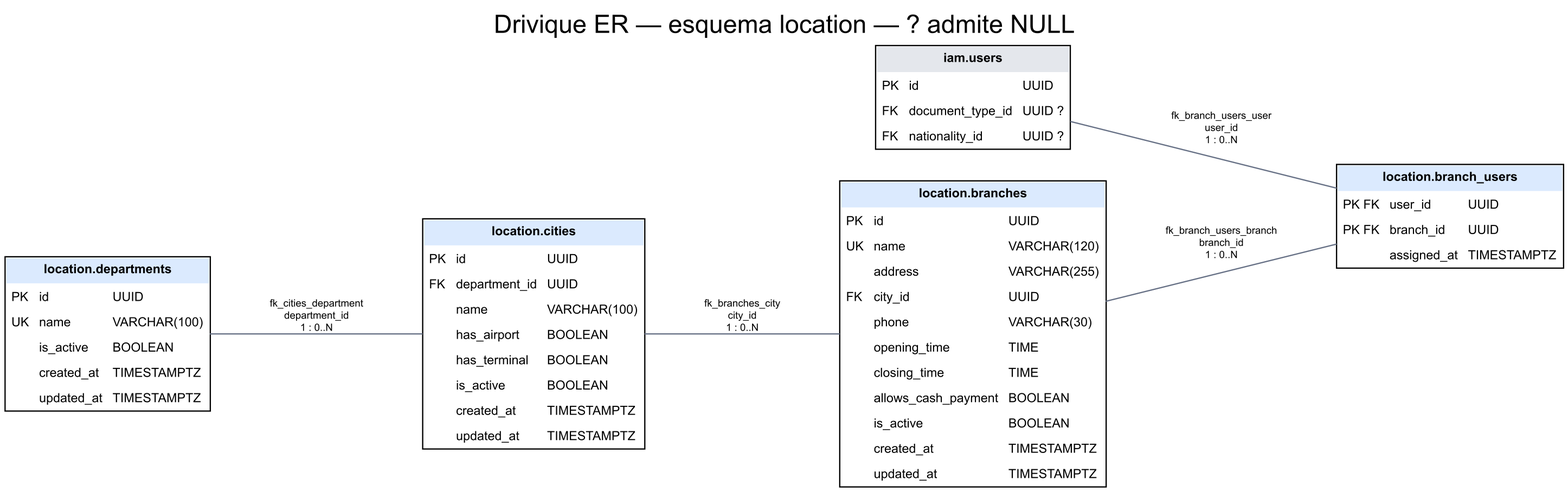
The Graphviz diagram docs/assets/diagrams/er-location.png in project-drivique/Documentation, before a commit. Its source is kept beside it as docs/assets/diagrams/er-location.dot. The source it was exported from:
```dot
digraph ER {
graph [rankdir=LR, bgcolor="white", nodesep="0.35", ranksep="1.3", splines=polyline, overlap=false, label="Drivique ER — esquema location — ? admite NULL", labelloc=t, fontsize=20, fontname="Arial"];
node [shape=plain,fontname="Arial"];
edge [fontname="Arial",fontsize=8,dir=none,color="#667085"];
"iam.users" [label=<<TABLE BORDER="1" CELLBORDER="0" CELLSPACING="0" CELLPADDING="4"><TR><TD COLSPAN="3" BGCOLOR="#e4e7ec"><B>iam.users</B></TD></TR><TR><TD ALIGN="LEFT">PK</TD><TD ALIGN="LEFT">id</TD><TD ALIGN="LEFT">UUID</TD></TR><TR><TD ALIGN="LEFT">FK</TD><TD ALIGN="LEFT">document_type_id</TD><TD ALIGN="LEFT">UUID ?</TD></TR><TR><TD ALIGN="LEFT">FK</TD><TD ALIGN="LEFT">nationality_id</TD><TD ALIGN="LEFT">UUID ?</TD></TR></TABLE>>,fontsize=10];
"location.branch_users" [label=<<TABLE BORDER="1" CELLBORDER="0" CELLSPACING="0" CELLPADDING="4"><TR><TD COLSPAN="3" BGCOLOR="#dbeafe"><B>location.branch_users</B></TD></TR><TR><TD ALIGN="LEFT">PK FK</TD><TD ALIGN="LEFT">user_id</TD><TD ALIGN="LEFT">UUID</TD></TR><TR><TD ALIGN="LEFT">PK FK</TD><TD ALIGN="LEFT">branch_id</TD><TD ALIGN="LEFT">UUID</TD></TR><TR><TD ALIGN="LEFT"></TD><TD ALIGN="LEFT">assigned_at</TD><TD ALIGN="LEFT">TIMESTAMPTZ</TD></TR></TABLE>>,fontsize=10];
"location.branches" [label=<<TABLE BORDER="1" CELLBORDER="0" CELLSPACING="0" CELLPADDING="4"><TR><TD COLSPAN="3" BGCOLOR="#dbeafe"><B>location.branches</B></TD></TR><TR><TD ALIGN="LEFT">PK</TD><TD ALIGN="LEFT">id</TD><TD ALIGN="LEFT">UUID</TD></TR><TR><TD ALIGN="LEFT">UK</TD><TD ALIGN="LEFT">name</TD><TD ALIGN="LEFT">VARCHAR(120)</TD></TR><TR><TD ALIGN="LEFT"></TD><TD ALIGN="LEFT">address</TD><TD ALIGN="LEFT">VARCHAR(255)</TD></TR><TR><TD ALIGN="LEFT">FK</TD><TD ALIGN="LEFT">city_id</TD><TD ALIGN="LEFT">UUID</TD></TR><TR><TD ALIGN="LEFT"></TD><TD ALIGN="LEFT">phone</TD><TD ALIGN="LEFT">VARCHAR(30)</TD></TR><TR><TD ALIGN="LEFT"></TD><TD ALIGN="LEFT">opening_time</TD><TD ALIGN="LEFT">TIME</TD></TR><TR><TD ALIGN="LEFT"></TD><TD ALIGN="LEFT">closing_time</TD><TD ALIGN="LEFT">TIME</TD></TR><TR><TD ALIGN="LEFT"></TD><TD ALIGN="LEFT">allows_cash_payment</TD><TD ALIGN="LEFT">BOOLEAN</TD></TR><TR><TD ALIGN="LEFT"></TD><TD ALIGN="LEFT">is_active</TD><TD ALIGN="LEFT">BOOLEAN</TD></TR><TR><TD ALIGN="LEFT"></TD><TD ALIGN="LEFT">created_at</TD><TD ALIGN="LEFT">TIMESTAMPTZ</TD></TR><TR><TD ALIGN="LEFT"></TD><TD ALIGN="LEFT">updated_at</TD><TD ALIGN="LEFT">TIMESTAMPTZ</TD></TR></TABLE>>,fontsize=10];
"location.cities" [label=<<TABLE BORDER="1" CELLBORDER="0" CELLSPACING="0" CELLPADDING="4"><TR><TD COLSPAN="3" BGCOLOR="#dbeafe"><B>location.cities</B></TD></TR><TR><TD ALIGN="LEFT">PK</TD><TD ALIGN="LEFT">id</TD><TD ALIGN="LEFT">UUID</TD></TR><TR><TD ALIGN="LEFT">FK</TD><TD ALIGN="LEFT">department_id</TD><TD ALIGN="LEFT">UUID</TD></TR><TR><TD ALIGN="LEFT"></TD><TD ALIGN="LEFT">name</TD><TD ALIGN="LEFT">VARCHAR(100)</TD></TR><TR><TD ALIGN="LEFT"></TD><TD ALIGN="LEFT">has_airport</TD><TD ALIGN="LEFT">BOOLEAN</TD></TR><TR><TD ALIGN="LEFT"></TD><TD ALIGN="LEFT">has_terminal</TD><TD ALIGN="LEFT">BOOLEAN</TD></TR><TR><TD ALIGN="LEFT"></TD><TD ALIGN="LEFT">is_active</TD><TD ALIGN="LEFT">BOOLEAN</TD></TR><TR><TD ALIGN="LEFT"></TD><TD ALIGN="LEFT">created_at</TD><TD ALIGN="LEFT">TIMESTAMPTZ</TD></TR><TR><TD ALIGN="LEFT"></TD><TD ALIGN="LEFT">updated_at</TD><TD ALIGN="LEFT">TIMESTAMPTZ</TD></TR></TABLE>>,fontsize=10];
"location.departments" [label=<<TABLE BORDER="1" CELLBORDER="0" CELLSPACING="0" CELLPADDING="4"><TR><TD COLSPAN="3" BGCOLOR="#dbeafe"><B>location.departments</B></TD></TR><TR><TD ALIGN="LEFT">PK</TD><TD ALIGN="LEFT">id</TD><TD ALIGN="LEFT">UUID</TD></TR><TR><TD ALIGN="LEFT">UK</TD><TD ALIGN="LEFT">name</TD><TD ALIGN="LEFT">VARCHAR(100)</TD></TR><TR><TD ALIGN="LEFT"></TD><TD ALIGN="LEFT">is_active</TD><TD ALIGN="LEFT">BOOLEAN</TD></TR><TR><TD ALIGN="LEFT"></TD><TD ALIGN="LEFT">created_at</TD><TD ALIGN="LEFT">TIMESTAMPTZ</TD></TR><TR><TD ALIGN="LEFT"></TD><TD ALIGN="LEFT">updated_at</TD><TD ALIGN="LEFT">TIMESTAMPTZ</TD></TR></TABLE>>,fontsize=10];
"iam.users" -> "location.branch_users" [label="fk_branch_users_user\nuser_id\n1 : 0..N"];
"location.branches" -> "location.branch_users" [label="fk_branch_users_branch\nbranch_id\n1 : 0..N"];
"location.cities" -> "location.branches" [label="fk_branches_city\ncity_id\n1 : 0..N"];
"location.departments" -> "location.cities" [label="fk_cities_department\ndepartment_id\n1 : 0..N"];
}
```
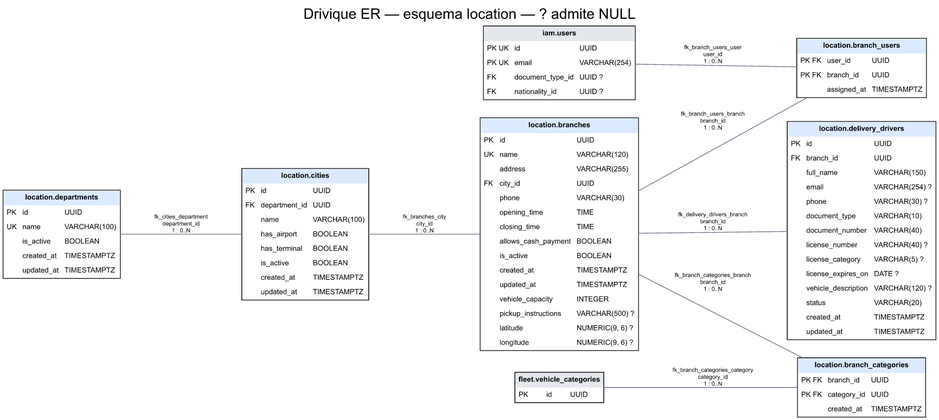
Above is the later version.

The edit, as a diff of the source:
```diff
@@ -2,13 +2,19 @@
 graph [rankdir=LR, bgcolor="white", nodesep="0.35", ranksep="1.3", splines=polyline, overlap=false, label="Drivique ER — esquema location — ? admite NULL", labelloc=t, fontsize=20, fontname="Arial"];
 node [shape=plain,fontname="Arial"];
 edge [fontname="Arial",fontsize=8,dir=none,color="#667085"];
-"iam.users" [label=<<TABLE BORDER="1" CELLBORDER="0" CELLSPACING="0" CELLPADDING="4"><TR><TD COLSPAN="3" BGCOLOR="#e4e7ec"><B>iam.users</B></TD></TR><TR><TD ALIGN="LEFT">PK</TD><TD ALIGN="LEFT">id</TD><TD ALIGN="LEFT">UUID</TD></TR><TR><TD ALIGN="LEFT">FK</TD><TD ALIGN="LEFT">document_type_id</TD><TD ALIGN="LEFT">UUID ?</TD></TR><TR><TD ALIGN="LEFT">FK</TD><TD ALIGN="LEFT">nationality_id</TD><TD ALIGN="LEFT">UUID ?</TD></TR></TABLE>>,fontsize=10];
+"fleet.vehicle_categories" [label=<<TABLE BORDER="1" CELLBORDER="0" CELLSPACING="0" CELLPADDING="4"><TR><TD COLSPAN="3" BGCOLOR="#e4e7ec"><B>fleet.vehicle_categories</B></TD></TR><TR><TD ALIGN="LEFT">PK</TD><TD ALIGN="LEFT">id</TD><TD ALIGN="LEFT">UUID</TD></TR></TABLE>>,fontsize=10];
+"iam.users" [label=<<TABLE BORDER="1" CELLBORDER="0" CELLSPACING="0" CELLPADDING="4"><TR><TD COLSPAN="3" BGCOLOR="#e4e7ec"><B>iam.users</B></TD></TR><TR><TD ALIGN="LEFT">PK UK</TD><TD ALIGN="LEFT">id</TD><TD ALIGN="LEFT">UUID</TD></TR><TR><TD ALIGN="LEFT">PK UK</TD><TD ALIGN="LEFT">email</TD><TD ALIGN="LEFT">VARCHAR(254)</TD></TR><TR><TD ALIGN="LEFT">FK</TD><TD ALIGN="LEFT">document_type_id</TD><TD ALIGN="LEFT">UUID ?</TD></TR><TR><TD ALIGN="LEFT">FK</TD><TD ALIGN="LEFT">nationality_id</TD><TD ALIGN="LEFT">UUID ?</TD></TR></TABLE>>,fontsize=10];
+"location.branch_categories" [label=<<TABLE BORDER="1" CELLBORDER="0" CELLSPACING="0" CELLPADDING="4"><TR><TD COLSPAN="3" BGCOLOR="#dbeafe"><B>location.branch_categories</B></TD></TR><TR><TD ALIGN="LEFT">PK FK</TD><TD ALIGN="LEFT">branch_id</TD><TD ALIGN="LEFT">UUID</TD></TR><TR><TD ALIGN="LEFT">PK FK</TD><TD ALIGN="LEFT">category_id</TD><TD ALIGN="LEFT">UUID</TD></TR><TR><TD ALIGN="LEFT"></TD><TD ALIGN="LEFT">created_at</TD><TD ALIGN="LEFT">TIMESTAMPTZ</TD></TR></TABLE>>,fontsize=10];
 "location.branch_users" [label=<<TABLE BORDER="1" CELLBORDER="0" CELLSPACING="0" CELLPADDING="4"><TR><TD COLSPAN="3" BGCOLOR="#dbeafe"><B>location.branch_users</B></TD></TR><TR><TD ALIGN="LEFT">PK FK</TD><TD ALIGN="LEFT">user_id</TD><TD ALIGN="LEFT">UUID</TD></TR><TR><TD ALIGN="LEFT">PK FK</TD><TD ALIGN="LEFT">branch_id</TD><TD ALIGN="LEFT">UUID</TD></TR><TR><TD ALIGN="LEFT"></TD><TD ALIGN="LEFT">assigned_at</TD><TD ALIGN="LEFT">TIMESTAMPTZ</TD></TR></TABLE>>,fontsize=10];
-"location.branches" [label=<<TABLE BORDER="1" CELLBORDER="0" CELLSPACING="0" CELLPADDING="4"><TR><TD COLSPAN="3" BGCOLOR="#dbeafe"><B>location.branches</B></TD></TR><TR><TD ALIGN="LEFT">PK</TD><TD ALIGN="LEFT">id</TD><TD ALIGN="LEFT">UUID</TD></TR><TR><TD ALIGN="LEFT">UK</TD><TD ALIGN="LEFT">name</TD><TD ALIGN="LEFT">VARCHAR(120)</TD></TR><TR><TD ALIGN="LEFT"></TD><TD ALIGN="LEFT">address</TD><TD ALIGN="LEFT">VARCHAR(255)</TD></TR><TR><TD ALIGN="LEFT">FK</TD><TD ALIGN="LEFT">city_id</TD><TD ALIGN="LEFT">UUID</TD></TR><TR><TD ALIGN="LEFT"></TD><TD ALIGN="LEFT">phone</TD><TD ALIGN="LEFT">VARCHAR(30)</TD></TR><TR><TD ALIGN="LEFT"></TD><TD ALIGN="LEFT">opening_time</TD><TD ALIGN="LEFT">TIME</TD></TR><TR><TD ALIGN="LEFT"></TD><TD ALIGN="LEFT">closing_time</TD><TD ALIGN="LEFT">TIME</TD></TR><TR><TD ALIGN="LEFT"></TD><TD ALIGN="LEFT">allows_cash_payment</TD><TD ALIGN="LEFT">BOOLEAN</TD></TR><TR><TD ALIGN="LEFT"></TD><TD ALIGN="LEFT">is_active</TD><TD ALIGN="LEFT">BOOLEAN</TD></TR><TR><TD ALIGN="LEFT"></TD><TD ALIGN="LEFT">created_at</TD><TD ALIGN="LEFT">TIMESTAMPTZ</TD></TR><TR><TD ALIGN="LEFT"></TD><TD ALIGN="LEFT">updated_at</TD><TD ALIGN="LEFT">TIMESTAMPTZ</TD></TR></TABLE>>,fontsize=10];
+"location.branches" [label=<<TABLE BORDER="1" CELLBORDER="0" CELLSPACING="0" CELLPADDING="4"><TR><TD COLSPAN="3" BGCOLOR="#dbeafe"><B>location.branches</B></TD></TR><TR><TD ALIGN="LEFT">PK</TD><TD ALIGN="LEFT">id</TD><TD ALIGN="LEFT">UUID</TD></TR><TR><TD ALIGN="LEFT">UK</TD><TD ALIGN="LEFT">name</TD><TD ALIGN="LEFT">VARCHAR(120)</TD></TR><TR><TD ALIGN="LEFT"></TD><TD ALIGN="LEFT">address</TD><TD ALIGN="LEFT">VARCHAR(255)</TD></TR><TR><TD ALIGN="LEFT">FK</TD><TD ALIGN="LEFT">city_id</TD><TD ALIGN="LEFT">UUID</TD></TR><TR><TD ALIGN="LEFT"></TD><TD ALIGN="LEFT">phone</TD><TD ALIGN="LEFT">VARCHAR(30)</TD></TR><TR><TD ALIGN="LEFT"></TD><TD ALIGN="LEFT">opening_time</TD><TD ALIGN="LEFT">TIME</TD></TR><TR><TD ALIGN="LEFT"></TD><TD ALIGN="LEFT">closing_time</TD><TD ALIGN="LEFT">TIME</TD></TR><TR><TD ALIGN="LEFT"></TD><TD ALIGN="LEFT">allows_cash_payment</TD><TD ALIGN="LEFT">BOOLEAN</TD></TR><TR><TD ALIGN="LEFT"></TD><TD ALIGN="LEFT">is_active</TD><TD ALIGN="LEFT">BOOLEAN</TD></TR><TR><TD ALIGN="LEFT"></TD><TD ALIGN="LEFT">created_at</TD><TD ALIGN="LEFT">TIMESTAMPTZ</TD></TR><TR><TD ALIGN="LEFT"></TD><TD ALIGN="LEFT">updated_at</TD><TD ALIGN="LEFT">TIMESTAMPTZ</TD></TR><TR><TD ALIGN="LEFT"></TD><TD ALIGN="LEFT">vehicle_capacity</TD><TD ALIGN="LEFT">INTEGER</TD></TR><TR><TD ALIGN="LEFT"></TD><TD ALIGN="LEFT">pickup_instructions</TD><TD ALIGN="LEFT">VARCHAR(500) ?</TD></TR><TR><TD ALIGN="LEFT"></TD><TD ALIGN="LEFT">latitude</TD><TD ALIGN="LEFT">NUMERIC(9, 6) ?</TD></TR><TR><TD ALIGN="LEFT"></TD><TD ALIGN="LEFT">longitude</TD><TD ALIGN="LEFT">NUMERIC(9, 6) ?</TD></TR></TABLE>>,fontsize=10];
 "location.cities" [label=<<TABLE BORDER="1" CELLBORDER="0" CELLSPACING="0" CELLPADDING="4"><TR><TD COLSPAN="3" BGCOLOR="#dbeafe"><B>location.cities</B></TD></TR><TR><TD ALIGN="LEFT">PK</TD><TD ALIGN="LEFT">id</TD><TD ALIGN="LEFT">UUID</TD></TR><TR><TD ALIGN="LEFT">FK</TD><TD ALIGN="LEFT">department_id</TD><TD ALIGN="LEFT">UUID</TD></TR><TR><TD ALIGN="LEFT"></TD><TD ALIGN="LEFT">name</TD><TD ALIGN="LEFT">VARCHAR(100)</TD></TR><TR><TD ALIGN="LEFT"></TD><TD ALIGN="LEFT">has_airport</TD><TD ALIGN="LEFT">BOOLEAN</TD></TR><TR><TD ALIGN="LEFT"></TD><TD ALIGN="LEFT">has_terminal</TD><TD ALIGN="LEFT">BOOLEAN</TD></TR><TR><TD ALIGN="LEFT"></TD><TD ALIGN="LEFT">is_active</TD><TD ALIGN="LEFT">BOOLEAN</TD></TR><TR><TD ALIGN="LEFT"></TD><TD ALIGN="LEFT">created_at</TD><TD ALIGN="LEFT">TIMESTAMPTZ</TD></TR><TR><TD ALIGN="LEFT"></TD><TD ALIGN="LEFT">updated_at</TD><TD ALIGN="LEFT">TIMESTAMPTZ</TD></TR></TABLE>>,fontsize=10];
+"location.delivery_drivers" [label=<<TABLE BORDER="1" CELLBORDER="0" CELLSPACING="0" CELLPADDING="4"><TR><TD COLSPAN="3" BGCOLOR="#dbeafe"><B>location.delivery_drivers</B></TD></TR><TR><TD ALIGN="LEFT">PK</TD><TD ALIGN="LEFT">id</TD><TD ALIGN="LEFT">UUID</TD></TR><TR><TD ALIGN="LEFT">FK</TD><TD ALIGN="LEFT">branch_id</TD><TD ALIGN="LEFT">UUID</TD></TR><TR><TD ALIGN="LEFT"></TD><TD ALIGN="LEFT">full_name</TD><TD ALIGN="LEFT">VARCHAR(150)</TD></TR><TR><TD ALIGN="LEFT"></TD><TD ALIGN="LEFT">email</TD><TD ALIGN="LEFT">VARCHAR(254) ?</TD></TR><TR><TD ALIGN="LEFT"></TD><TD ALIGN="LEFT">phone</TD><TD ALIGN="LEFT">VARCHAR(30) ?</TD></TR><TR><TD ALIGN="LEFT"></TD><TD ALIGN="LEFT">document_type</TD><TD ALIGN="LEFT">VARCHAR(10)</TD></TR><TR><TD ALIGN="LEFT"></TD><TD ALIGN="LEFT">document_number</TD><TD ALIGN="LEFT">VARCHAR(40)</TD></TR><TR><TD ALIGN="LEFT"></TD><TD ALIGN="LEFT">license_number</TD><TD ALIGN="LEFT">VARCHAR(40) ?</TD></TR><TR><TD ALIGN="LEFT"></TD><TD ALIGN="LEFT">license_category</TD><TD ALIGN="LEFT">VARCHAR(5) ?</TD></TR><TR><TD ALIGN="LEFT"></TD><TD ALIGN="LEFT">license_expires_on</TD><TD ALIGN="LEFT">DATE ?</TD></TR><TR><TD ALIGN="LEFT"></TD><TD ALIGN="LEFT">vehicle_description</TD><TD ALIGN="LEFT">VARCHAR(120) ?</TD></TR><TR><TD ALIGN="LEFT"></TD><TD ALIGN="LEFT">status</TD><TD ALIGN="LEFT">VARCHAR(20)</TD></TR><TR><TD ALIGN="LEFT"></TD><TD ALIGN="LEFT">created_at</TD><TD ALIGN="LEFT">TIMESTAMPTZ</TD></TR><TR><TD ALIGN="LEFT"></TD><TD ALIGN="LEFT">updated_at</TD><TD ALIGN="LEFT">TIMESTAMPTZ</TD></TR></TABLE>>,fontsize=10];
 "location.departments" [label=<<TABLE BORDER="1" CELLBORDER="0" CELLSPACING="0" CELLPADDING="4"><TR><TD COLSPAN="3" BGCOLOR="#dbeafe"><B>location.departments</B></TD></TR><TR><TD ALIGN="LEFT">PK</TD><TD ALIGN="LEFT">id</TD><TD ALIGN="LEFT">UUID</TD></TR><TR><TD ALIGN="LEFT">UK</TD><TD ALIGN="LEFT">name</TD><TD ALIGN="LEFT">VARCHAR(100)</TD></TR><TR><TD ALIGN="LEFT"></TD><TD ALIGN="LEFT">is_active</TD><TD ALIGN="LEFT">BOOLEAN</TD></TR><TR><TD ALIGN="LEFT"></TD><TD ALIGN="LEFT">created_at</TD><TD ALIGN="LEFT">TIMESTAMPTZ</TD></TR><TR><TD ALIGN="LEFT"></TD><TD ALIGN="LEFT">updated_at</TD><TD ALIGN="LEFT">TIMESTAMPTZ</TD></TR></TABLE>>,fontsize=10];
+"location.branches" -> "location.branch_categories" [label="fk_branch_categories_branch\nbranch_id\n1 : 0..N"];
+"fleet.vehicle_categories" -> "location.branch_categories" [label="fk_branch_categories_category\ncategory_id\n1 : 0..N"];
 "iam.users" -> "location.branch_users" [label="fk_branch_users_user\nuser_id\n1 : 0..N"];
 "location.branches" -> "location.branch_users" [label="fk_branch_users_branch\nbranch_id\n1 : 0..N"];
 "location.cities" -> "location.branches" [label="fk_branches_city\ncity_id\n1 : 0..N"];
 "location.departments" -> "location.cities" [label="fk_cities_department\ndepartment_id\n1 : 0..N"];
+"location.branches" -> "location.delivery_drivers" [label="fk_delivery_drivers_branch\nbranch_id\n1 : 0..N"];
 }
```
